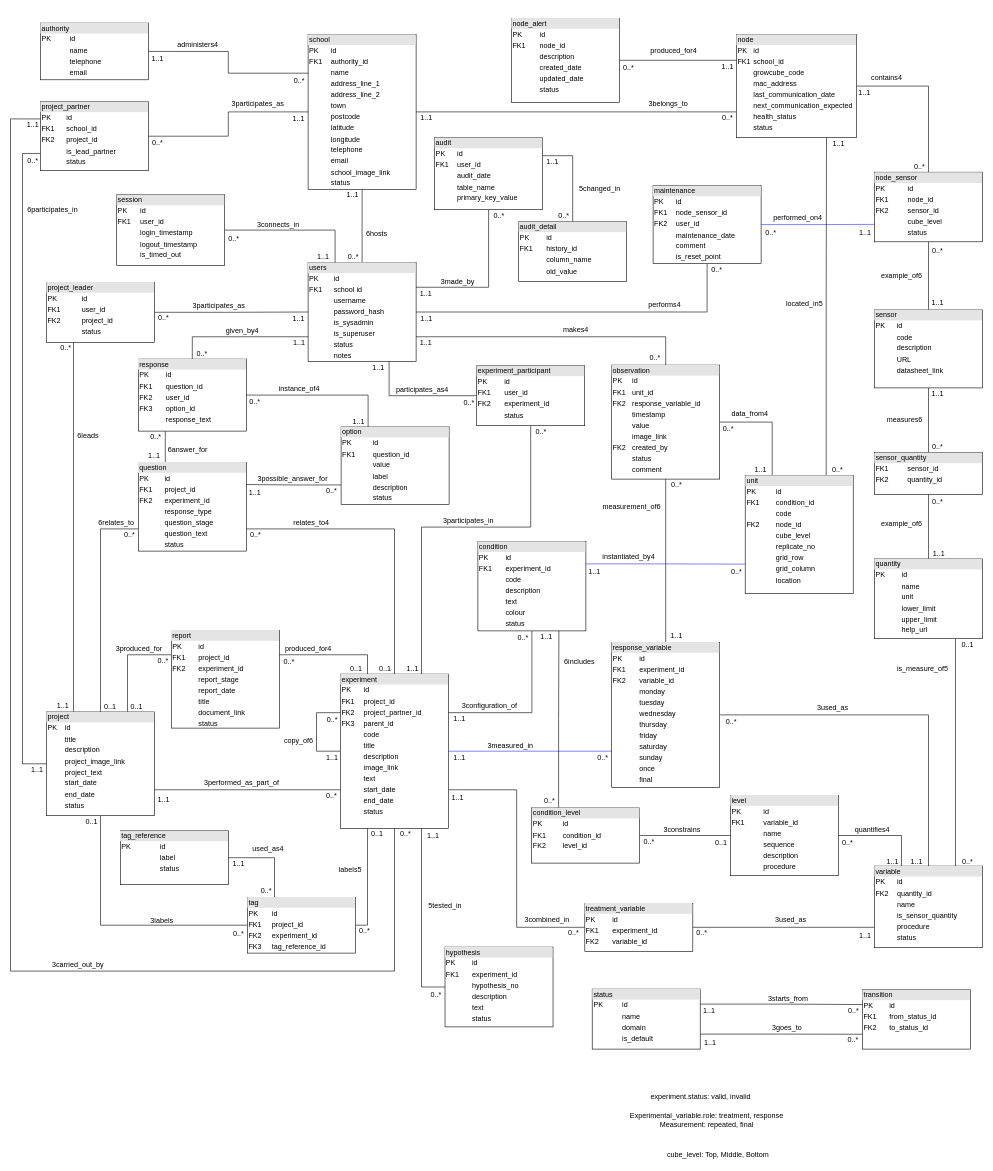
The draw.io diagram Documentation/ER diagram dandelion.drawio in Dandelion-dev-team/dandelion, before the edit. Source tidied: cells renumbered, new cells numbered last; positions are measured from the earlier drawing's top-left corner, leaving out a move shared by most shapes. Both pictures are drawn from the tidied source at 60%, with x=0, y=0 at pixel (10, 18).
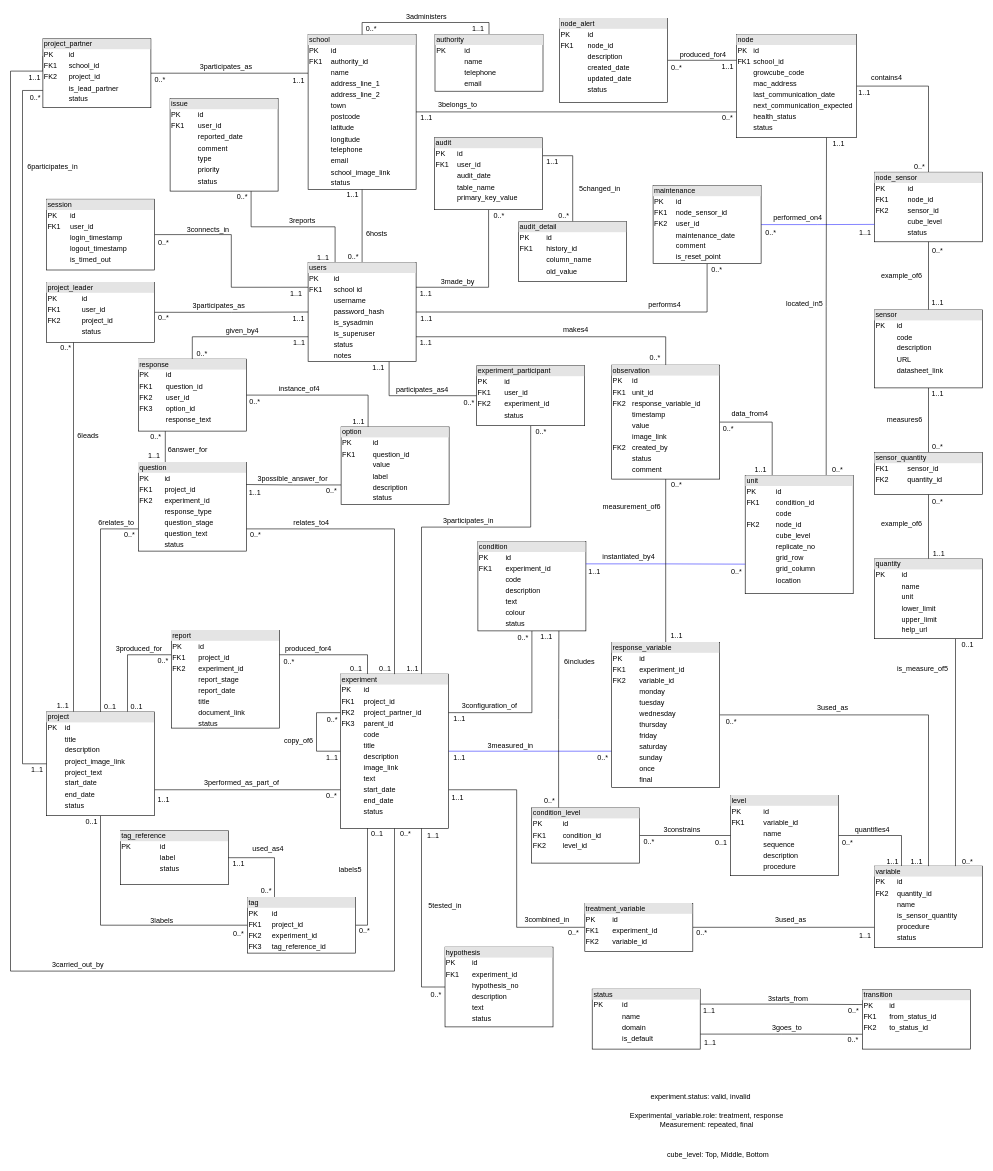
The same page after the edit.

Commit message:
Update ER diagram to add ISSUE

The change refers to these unchanged cells:
```xml
<mxCell id="4" value="&lt;div style=&quot;box-sizing: border-box ; width: 100% ; background: #e4e4e4 ; padding: 2px&quot;&gt;school&lt;/div&gt;&lt;table style=&quot;width: 100% ; font-size: 1em&quot; cellpadding=&quot;2&quot; cellspacing=&quot;0&quot;&gt;&lt;tbody&gt;&lt;tr&gt;&lt;td&gt;PK&lt;/td&gt;&lt;td&gt;id&lt;/td&gt;&lt;/tr&gt;&lt;tr&gt;&lt;td&gt;FK1&lt;/td&gt;&lt;td&gt;authority_id&lt;/td&gt;&lt;/tr&gt;&lt;tr&gt;&lt;td&gt;&lt;br&gt;&lt;/td&gt;&lt;td&gt;name&lt;/td&gt;&lt;/tr&gt;&lt;tr&gt;&lt;td&gt;&lt;/td&gt;&lt;td&gt;address_line_1&lt;/td&gt;&lt;/tr&gt;&lt;tr&gt;&lt;td&gt;&lt;br&gt;&lt;/td&gt;&lt;td&gt;address_line_2&lt;/td&gt;&lt;/tr&gt;&lt;tr&gt;&lt;td&gt;&lt;br&gt;&lt;/td&gt;&lt;td&gt;town&lt;/td&gt;&lt;/tr&gt;&lt;tr&gt;&lt;td&gt;&lt;br&gt;&lt;/td&gt;&lt;td&gt;postcode&lt;/td&gt;&lt;/tr&gt;&lt;tr&gt;&lt;td&gt;&lt;br&gt;&lt;/td&gt;&lt;td&gt;latitude&lt;/td&gt;&lt;/tr&gt;&lt;tr&gt;&lt;td&gt;&lt;br&gt;&lt;/td&gt;&lt;td&gt;longitude&lt;/td&gt;&lt;/tr&gt;&lt;tr&gt;&lt;td&gt;&lt;br&gt;&lt;/td&gt;&lt;td&gt;telephone&lt;/td&gt;&lt;/tr&gt;&lt;tr&gt;&lt;td&gt;&lt;br&gt;&lt;/td&gt;&lt;td&gt;email&lt;/td&gt;&lt;/tr&gt;&lt;tr&gt;&lt;td&gt;&lt;br&gt;&lt;/td&gt;&lt;td&gt;school_image_link&lt;/td&gt;&lt;/tr&gt;&lt;tr&gt;&lt;td&gt;&lt;br&gt;&lt;/td&gt;&lt;td&gt;status&lt;/td&gt;&lt;/tr&gt;&lt;/tbody&gt;&lt;/table&gt;" style="verticalAlign=top;align=left;overflow=fill;html=1;" parent="1" vertex="1">
  <mxGeometry x="496" y="27" width="180" height="258" as="geometry" />
</mxCell>
<mxCell id="6" value="&lt;div style=&quot;box-sizing: border-box ; width: 100% ; background: #e4e4e4 ; padding: 2px&quot;&gt;users&lt;/div&gt;&lt;table style=&quot;width: 100% ; font-size: 1em&quot; cellpadding=&quot;2&quot; cellspacing=&quot;0&quot;&gt;&lt;tbody&gt;&lt;tr&gt;&lt;td&gt;PK&lt;/td&gt;&lt;td&gt;id&lt;/td&gt;&lt;/tr&gt;&lt;tr&gt;&lt;td&gt;FK1&lt;/td&gt;&lt;td&gt;school id&lt;/td&gt;&lt;/tr&gt;&lt;tr&gt;&lt;td&gt;&lt;/td&gt;&lt;td&gt;username&lt;/td&gt;&lt;/tr&gt;&lt;tr&gt;&lt;td&gt;&lt;br&gt;&lt;/td&gt;&lt;td&gt;password_hash&lt;/td&gt;&lt;/tr&gt;&lt;tr&gt;&lt;td&gt;&lt;br&gt;&lt;/td&gt;&lt;td&gt;is_sysadmin&lt;/td&gt;&lt;/tr&gt;&lt;tr&gt;&lt;td&gt;&lt;br&gt;&lt;/td&gt;&lt;td&gt;is_superuser&lt;br&gt;&lt;/td&gt;&lt;/tr&gt;&lt;tr&gt;&lt;td&gt;&lt;br&gt;&lt;/td&gt;&lt;td&gt;status&lt;/td&gt;&lt;/tr&gt;&lt;tr&gt;&lt;td&gt;&lt;br&gt;&lt;/td&gt;&lt;td&gt;notes&lt;/td&gt;&lt;/tr&gt;&lt;/tbody&gt;&lt;/table&gt;" style="verticalAlign=top;align=left;overflow=fill;html=1;" parent="1" vertex="1">
  <mxGeometry x="496" y="407" width="180" height="165" as="geometry" />
</mxCell>
<mxCell id="14" value="&lt;div style=&quot;box-sizing: border-box ; width: 100% ; background: #e4e4e4 ; padding: 2px&quot;&gt;project&lt;/div&gt;&lt;table style=&quot;width: 100% ; font-size: 1em&quot; cellpadding=&quot;2&quot; cellspacing=&quot;0&quot;&gt;&lt;tbody&gt;&lt;tr&gt;&lt;td&gt;PK&lt;/td&gt;&lt;td&gt;id&lt;/td&gt;&lt;/tr&gt;&lt;tr&gt;&lt;td&gt;&lt;br&gt;&lt;/td&gt;&lt;td&gt;title&lt;/td&gt;&lt;/tr&gt;&lt;tr&gt;&lt;td&gt;&lt;/td&gt;&lt;td&gt;description&lt;/td&gt;&lt;/tr&gt;&lt;tr&gt;&lt;td&gt;&lt;br&gt;&lt;/td&gt;&lt;td&gt;project_image_link&lt;br&gt;&lt;/td&gt;&lt;/tr&gt;&lt;tr&gt;&lt;td&gt;&lt;br&gt;&lt;/td&gt;&lt;td&gt;project_text&lt;br&gt;&lt;/td&gt;&lt;/tr&gt;&lt;tr&gt;&lt;td&gt;&lt;br&gt;&lt;/td&gt;&lt;td&gt;start_date&lt;/td&gt;&lt;/tr&gt;&lt;tr&gt;&lt;td&gt;&lt;br&gt;&lt;/td&gt;&lt;td&gt;end_date&lt;/td&gt;&lt;/tr&gt;&lt;tr&gt;&lt;td&gt;&lt;br&gt;&lt;/td&gt;&lt;td&gt;status&lt;/td&gt;&lt;/tr&gt;&lt;/tbody&gt;&lt;/table&gt;" style="verticalAlign=top;align=left;overflow=fill;html=1;" parent="1" vertex="1">
  <mxGeometry x="60" y="1156" width="180" height="173" as="geometry" />
</mxCell>
<mxCell id="21" value="&lt;div style=&quot;box-sizing: border-box ; width: 100% ; background: #e4e4e4 ; padding: 2px&quot;&gt;experiment&lt;/div&gt;&lt;table style=&quot;width: 100% ; font-size: 1em&quot; cellpadding=&quot;2&quot; cellspacing=&quot;0&quot;&gt;&lt;tbody&gt;&lt;tr&gt;&lt;td&gt;PK&lt;/td&gt;&lt;td&gt;id&lt;/td&gt;&lt;/tr&gt;&lt;tr&gt;&lt;td&gt;FK1&lt;/td&gt;&lt;td&gt;project_id&lt;/td&gt;&lt;/tr&gt;&lt;tr&gt;&lt;td&gt;FK2&lt;/td&gt;&lt;td&gt;project_partner_id&lt;/td&gt;&lt;/tr&gt;&lt;tr&gt;&lt;td&gt;FK3&lt;/td&gt;&lt;td&gt;parent_id&lt;/td&gt;&lt;/tr&gt;&lt;tr&gt;&lt;td&gt;&lt;/td&gt;&lt;td&gt;code&lt;/td&gt;&lt;/tr&gt;&lt;tr&gt;&lt;td&gt;&lt;br&gt;&lt;/td&gt;&lt;td&gt;title&lt;/td&gt;&lt;/tr&gt;&lt;tr&gt;&lt;td&gt;&lt;br&gt;&lt;/td&gt;&lt;td&gt;description&lt;/td&gt;&lt;/tr&gt;&lt;tr&gt;&lt;td&gt;&lt;br&gt;&lt;/td&gt;&lt;td&gt;image_link&lt;/td&gt;&lt;/tr&gt;&lt;tr&gt;&lt;td&gt;&lt;br&gt;&lt;/td&gt;&lt;td&gt;text&lt;/td&gt;&lt;/tr&gt;&lt;tr&gt;&lt;td&gt;&lt;br&gt;&lt;/td&gt;&lt;td&gt;start_date&lt;/td&gt;&lt;/tr&gt;&lt;tr&gt;&lt;td&gt;&lt;br&gt;&lt;/td&gt;&lt;td&gt;end_date&lt;/td&gt;&lt;/tr&gt;&lt;tr&gt;&lt;td&gt;&lt;br&gt;&lt;/td&gt;&lt;td&gt;status&lt;/td&gt;&lt;/tr&gt;&lt;/tbody&gt;&lt;/table&gt;" style="verticalAlign=top;align=left;overflow=fill;html=1;" parent="1" vertex="1">
  <mxGeometry x="550" y="1093" width="180" height="257" as="geometry" />
</mxCell>
```

Diff of the diagram source:
```diff
@@
-    <mxCell id="2" style="edgeStyle=orthogonalEdgeStyle;rounded=0;jettySize=auto;html=1;entryX=1;entryY=0.5;entryDx=0;entryDy=0;endArrow=none;endFill=0;exitX=0;exitY=0.5;exitDx=0;exitDy=0;" parent="1" edge="1" source="4" target="28">
+    <mxCell id="2" style="edgeStyle=orthogonalEdgeStyle;rounded=0;jettySize=auto;html=1;entryX=1;entryY=0.5;entryDx=0;entryDy=0;endArrow=none;endFill=0;exitX=0;exitY=0.25;exitDx=0;exitDy=0;" parent="1" edge="1" source="4" target="28">
       <mxGeometry relative="1" as="geometry" />
     </mxCell>
@@
+    <mxCell id="240" style="edgeStyle=orthogonalEdgeStyle;rounded=0;jettySize=auto;html=1;endArrow=none;endFill=0;exitX=0.25;exitY=0;exitDx=0;exitDy=0;entryX=0.75;entryY=1;entryDx=0;entryDy=0;" parent="1" edge="1" source="6" target="241">
+      <mxGeometry relative="1" as="geometry" />
+    </mxCell>
@@
     <mxCell id="17" style="edgeStyle=orthogonalEdgeStyle;rounded=0;jettySize=auto;html=1;endArrow=none;endFill=0;exitX=0.5;exitY=1;exitDx=0;exitDy=0;entryX=0;entryY=0.25;entryDx=0;entryDy=0;" parent="1" edge="1" source="21" target="28">
       <mxGeometry relative="1" as="geometry">
         <Array as="points">
           <mxPoint x="640" y="1588" />
           <mxPoint y="1588" />
-          <mxPoint y="168" />
+          <mxPoint y="88" />
+          <mxPoint x="54" y="88" />
         </Array>
       </mxGeometry>
     </mxCell>
@@
     <mxCell id="27" style="edgeStyle=orthogonalEdgeStyle;rounded=0;jettySize=auto;html=1;endArrow=none;endFill=0;exitX=0;exitY=0.75;exitDx=0;exitDy=0;entryX=0;entryY=0.5;entryDx=0;entryDy=0;startArrow=none;" parent="1" edge="1" source="28" target="14">
       <mxGeometry relative="1" as="geometry">
         <Array as="points">
-          <mxPoint x="20" y="225" />
+          <mxPoint x="20" y="120" />
           <mxPoint x="20" y="1243" />
         </Array>
       </mxGeometry>
     </mxCell>
     <mxCell id="28" value="&lt;div style=&quot;box-sizing: border-box ; width: 100% ; background: #e4e4e4 ; padding: 2px&quot;&gt;project_partner&lt;/div&gt;&lt;table style=&quot;width: 100% ; font-size: 1em&quot; cellpadding=&quot;2&quot; cellspacing=&quot;0&quot;&gt;&lt;tbody&gt;&lt;tr&gt;&lt;td&gt;PK&lt;/td&gt;&lt;td&gt;id&lt;/td&gt;&lt;/tr&gt;&lt;tr&gt;&lt;td&gt;FK1&lt;/td&gt;&lt;td&gt;school_id&lt;/td&gt;&lt;/tr&gt;&lt;tr&gt;&lt;td&gt;FK2&lt;/td&gt;&lt;td&gt;project_id&lt;/td&gt;&lt;/tr&gt;&lt;tr&gt;&lt;td&gt;&lt;br&gt;&lt;/td&gt;&lt;td&gt;is_lead_partner&lt;/td&gt;&lt;/tr&gt;&lt;tr&gt;&lt;td&gt;&lt;br&gt;&lt;/td&gt;&lt;td&gt;status&lt;br&gt;&lt;/td&gt;&lt;/tr&gt;&lt;/tbody&gt;&lt;/table&gt;" style="verticalAlign=top;align=left;overflow=fill;html=1;" parent="1" vertex="1">
-      <mxGeometry x="50" y="139" width="180" height="115" as="geometry" />
+      <mxGeometry x="54" y="34" width="180" height="115" as="geometry" />
     </mxCell>
@@
     <mxCell id="47" value="&lt;div style=&quot;box-sizing: border-box ; width: 100% ; background: #e4e4e4 ; padding: 2px&quot;&gt;node_alert&lt;/div&gt;&lt;table style=&quot;width: 100% ; font-size: 1em&quot; cellpadding=&quot;2&quot; cellspacing=&quot;0&quot;&gt;&lt;tbody&gt;&lt;tr&gt;&lt;td&gt;PK&lt;/td&gt;&lt;td&gt;id&lt;/td&gt;&lt;/tr&gt;&lt;tr&gt;&lt;td&gt;FK1&lt;/td&gt;&lt;td&gt;node_id&lt;/td&gt;&lt;/tr&gt;&lt;tr&gt;&lt;td&gt;&lt;/td&gt;&lt;td&gt;description&lt;/td&gt;&lt;/tr&gt;&lt;tr&gt;&lt;td&gt;&lt;br&gt;&lt;/td&gt;&lt;td&gt;created_date&lt;/td&gt;&lt;/tr&gt;&lt;tr&gt;&lt;td&gt;&lt;br&gt;&lt;/td&gt;&lt;td&gt;updated_date&lt;/td&gt;&lt;/tr&gt;&lt;tr&gt;&lt;td&gt;&lt;br&gt;&lt;/td&gt;&lt;td&gt;status&lt;/td&gt;&lt;/tr&gt;&lt;tr&gt;&lt;td&gt;&lt;br&gt;&lt;/td&gt;&lt;td&gt;&lt;br&gt;&lt;/td&gt;&lt;/tr&gt;&lt;/tbody&gt;&lt;/table&gt;" style="verticalAlign=top;align=left;overflow=fill;html=1;" parent="1" vertex="1">
-      <mxGeometry x="835" width="180" height="140" as="geometry" />
+      <mxGeometry x="915" width="180" height="140" as="geometry" />
     </mxCell>
@@
     <mxCell id="56" value="0..*" style="text;html=1;align=center;verticalAlign=middle;strokeColor=none;fillColor=none;" parent="1" vertex="1">
-      <mxGeometry x="230" y="197" width="30" height="20" as="geometry" />
+      <mxGeometry x="234" y="92" width="30" height="20" as="geometry" />
     </mxCell>
     <mxCell id="57" value="0..*" style="text;html=1;align=center;verticalAlign=middle;strokeColor=none;fillColor=none;" parent="1" vertex="1">
-      <mxGeometry x="1015" y="73" width="30" height="20" as="geometry" />
+      <mxGeometry x="1095" y="73" width="30" height="20" as="geometry" />
     </mxCell>
@@
     <mxCell id="79" value="1..1" style="text;html=1;align=center;verticalAlign=middle;strokeColor=none;fillColor=none;" parent="1" vertex="1">
-      <mxGeometry x="460" y="157" width="40" height="20" as="geometry" />
+      <mxGeometry x="460" y="93.5" width="40" height="20" as="geometry" />
     </mxCell>
@@
     <mxCell id="83" value="&lt;font face=&quot;webdings&quot;&gt;3&lt;/font&gt;participates_as" style="text;html=1;align=center;verticalAlign=middle;strokeColor=none;fillColor=none;" parent="1" vertex="1">
-      <mxGeometry x="357" y="132" width="110" height="20" as="geometry" />
+      <mxGeometry x="304" y="71" width="110" height="20" as="geometry" />
     </mxCell>
     <mxCell id="84" value="&lt;font face=&quot;webdings&quot;&gt;3&lt;/font&gt;belongs_to" style="text;html=1;align=center;verticalAlign=middle;strokeColor=none;fillColor=none;" parent="1" vertex="1">
-      <mxGeometry x="1051" y="132" width="90" height="20" as="geometry" />
+      <mxGeometry x="700" y="133.5" width="90" height="20" as="geometry" />
     </mxCell>
@@
     <mxCell id="91" value="produced_for&lt;span style=&quot;font-family: &amp;#34;webdings&amp;#34;&quot;&gt;4&lt;/span&gt;" style="text;html=1;align=center;verticalAlign=middle;strokeColor=none;fillColor=none;" parent="1" vertex="1">
-      <mxGeometry x="1055" y="45.2" width="100" height="20" as="geometry" />
+      <mxGeometry x="1104" y="51" width="100" height="20" as="geometry" />
     </mxCell>
@@
     <mxCell id="101" value="&lt;font face=&quot;webdings&quot;&gt;6&lt;/font&gt;participates_in" style="text;html=1;align=center;verticalAlign=middle;strokeColor=none;fillColor=none;fontFamily=Helvetica;" parent="1" vertex="1">
-      <mxGeometry x="20" y="310" width="100" height="20" as="geometry" />
+      <mxGeometry x="20" y="236.5" width="100" height="20" as="geometry" />
     </mxCell>
@@
-    <mxCell id="113" style="edgeStyle=orthogonalEdgeStyle;rounded=0;jettySize=auto;html=1;entryX=0;entryY=0.25;entryDx=0;entryDy=0;exitX=1;exitY=0.5;exitDx=0;exitDy=0;endArrow=none;endFill=0;" parent="1" edge="1" source="114" target="4">
+    <mxCell id="113" style="edgeStyle=orthogonalEdgeStyle;rounded=0;jettySize=auto;html=1;entryX=0.5;entryY=0;entryDx=0;entryDy=0;exitX=0.5;exitY=0;exitDx=0;exitDy=0;endArrow=none;endFill=0;" parent="1" edge="1" source="114" target="4">
       <mxGeometry relative="1" as="geometry" />
     </mxCell>
     <mxCell id="114" value="&lt;div style=&quot;box-sizing: border-box ; width: 100% ; background: #e4e4e4 ; padding: 2px&quot;&gt;authority&lt;/div&gt;&lt;table style=&quot;width: 100% ; font-size: 1em&quot; cellpadding=&quot;2&quot; cellspacing=&quot;0&quot;&gt;&lt;tbody&gt;&lt;tr&gt;&lt;td&gt;PK&lt;/td&gt;&lt;td&gt;id&lt;/td&gt;&lt;/tr&gt;&lt;tr&gt;&lt;td&gt;&lt;br&gt;&lt;/td&gt;&lt;td&gt;name&lt;/td&gt;&lt;/tr&gt;&lt;tr&gt;&lt;td&gt;&lt;/td&gt;&lt;td&gt;telephone&lt;/td&gt;&lt;/tr&gt;&lt;tr&gt;&lt;td&gt;&lt;br&gt;&lt;/td&gt;&lt;td&gt;email&lt;/td&gt;&lt;/tr&gt;&lt;/tbody&gt;&lt;/table&gt;" style="verticalAlign=top;align=left;overflow=fill;html=1;" parent="1" vertex="1">
-      <mxGeometry x="50" y="8" width="180" height="94.5" as="geometry" />
+      <mxGeometry x="707.5" y="27" width="180" height="94.5" as="geometry" />
     </mxCell>
     <mxCell id="115" value="0..*" style="text;html=1;align=center;verticalAlign=middle;strokeColor=none;fillColor=none;" parent="1" vertex="1">
-      <mxGeometry x="466" y="94" width="30" height="20" as="geometry" />
+      <mxGeometry x="586" y="7" width="30" height="20" as="geometry" />
     </mxCell>
     <mxCell id="116" value="1..1" style="text;html=1;align=center;verticalAlign=middle;strokeColor=none;fillColor=none;" parent="1" vertex="1">
-      <mxGeometry x="225" y="58" width="40" height="20" as="geometry" />
+      <mxGeometry x="759.2" y="7" width="40" height="20" as="geometry" />
     </mxCell>
-    <mxCell id="117" value="administers&lt;font face=&quot;webdings&quot;&gt;4&lt;/font&gt;" style="text;html=1;align=center;verticalAlign=middle;strokeColor=none;fillColor=none;" parent="1" vertex="1">
-      <mxGeometry x="267" y="34" width="90" height="20" as="geometry" />
+    <mxCell id="117" value="&lt;span style=&quot;font-family: &amp;#34;webdings&amp;#34;&quot;&gt;3&lt;/span&gt;administers" style="text;html=1;align=center;verticalAlign=middle;strokeColor=none;fillColor=none;" parent="1" vertex="1">
+      <mxGeometry x="648" y="-13" width="90" height="20" as="geometry" />
     </mxCell>
@@
     <mxCell id="134" value="1..1" style="text;html=1;align=center;verticalAlign=middle;strokeColor=none;fillColor=none;" parent="1" vertex="1">
-      <mxGeometry x="17" y="168" width="40" height="20" as="geometry" />
+      <mxGeometry x="20" y="89" width="40" height="20" as="geometry" />
     </mxCell>
@@
-    <mxCell id="136" style="edgeStyle=orthogonalEdgeStyle;rounded=0;jettySize=auto;html=1;entryX=0.25;entryY=0;entryDx=0;entryDy=0;endArrow=none;endFill=0;" parent="1" edge="1" source="137" target="6">
+    <mxCell id="136" style="edgeStyle=orthogonalEdgeStyle;rounded=0;jettySize=auto;html=1;entryX=0;entryY=0.25;entryDx=0;entryDy=0;endArrow=none;endFill=0;" parent="1" edge="1" source="137" target="6">
       <mxGeometry relative="1" as="geometry" />
     </mxCell>
     <mxCell id="137" value="&lt;div style=&quot;box-sizing: border-box ; width: 100% ; background: #e4e4e4 ; padding: 2px&quot;&gt;session&lt;/div&gt;&lt;table style=&quot;width: 100% ; font-size: 1em&quot; cellpadding=&quot;2&quot; cellspacing=&quot;0&quot;&gt;&lt;tbody&gt;&lt;tr&gt;&lt;td&gt;PK&lt;/td&gt;&lt;td&gt;id&lt;/td&gt;&lt;/tr&gt;&lt;tr&gt;&lt;td&gt;FK1&lt;/td&gt;&lt;td&gt;user_id&lt;/td&gt;&lt;/tr&gt;&lt;tr&gt;&lt;td&gt;&lt;/td&gt;&lt;td&gt;login_timestamp&lt;/td&gt;&lt;/tr&gt;&lt;tr&gt;&lt;td&gt;&lt;br&gt;&lt;/td&gt;&lt;td&gt;logout_timestamp&lt;/td&gt;&lt;/tr&gt;&lt;tr&gt;&lt;td&gt;&lt;br&gt;&lt;/td&gt;&lt;td&gt;is_timed_out&lt;/td&gt;&lt;/tr&gt;&lt;/tbody&gt;&lt;/table&gt;" style="verticalAlign=top;align=left;overflow=fill;html=1;" parent="1" vertex="1">
-      <mxGeometry x="177" y="294" width="180" height="118" as="geometry" />
+      <mxGeometry x="60" y="301.5" width="180" height="118" as="geometry" />
     </mxCell>
     <mxCell id="138" value="0..*" style="text;html=1;align=center;verticalAlign=middle;strokeColor=none;fillColor=none;" parent="1" vertex="1">
-      <mxGeometry x="357" y="357" width="30" height="20" as="geometry" />
+      <mxGeometry x="240" y="364.5" width="30" height="20" as="geometry" />
     </mxCell>
     <mxCell id="139" value="1..1" style="text;html=1;align=center;verticalAlign=middle;strokeColor=none;fillColor=none;" parent="1" vertex="1">
-      <mxGeometry x="501" y="388" width="40" height="20" as="geometry" />
+      <mxGeometry x="456" y="450" width="40" height="20" as="geometry" />
     </mxCell>
     <mxCell id="140" value="&lt;font face=&quot;webdings&quot;&gt;3&lt;/font&gt;connects_in" style="text;html=1;align=center;verticalAlign=middle;strokeColor=none;fillColor=none;" parent="1" vertex="1">
-      <mxGeometry x="401" y="334" width="90" height="20" as="geometry" />
+      <mxGeometry x="284" y="341.5" width="90" height="20" as="geometry" />
     </mxCell>
@@
     <mxCell id="153" value="0..*" style="text;html=1;align=center;verticalAlign=middle;strokeColor=none;fillColor=none;" parent="1" vertex="1">
-      <mxGeometry x="22" y="228" width="30" height="20" as="geometry" />
+      <mxGeometry x="26" y="121.5" width="30" height="20" as="geometry" />
     </mxCell>
@@
+    <mxCell id="241" value="&lt;div style=&quot;box-sizing: border-box ; width: 100% ; background: #e4e4e4 ; padding: 2px&quot;&gt;issue&lt;/div&gt;&lt;table style=&quot;width: 100% ; font-size: 1em&quot; cellpadding=&quot;2&quot; cellspacing=&quot;0&quot;&gt;&lt;tbody&gt;&lt;tr&gt;&lt;td&gt;PK&lt;/td&gt;&lt;td&gt;id&lt;/td&gt;&lt;/tr&gt;&lt;tr&gt;&lt;td&gt;FK1&lt;/td&gt;&lt;td&gt;user_id&lt;/td&gt;&lt;/tr&gt;&lt;tr&gt;&lt;td&gt;&lt;/td&gt;&lt;td&gt;reported_date&lt;/td&gt;&lt;/tr&gt;&lt;tr&gt;&lt;td&gt;&lt;br&gt;&lt;/td&gt;&lt;td&gt;comment&lt;/td&gt;&lt;/tr&gt;&lt;tr&gt;&lt;td&gt;&lt;br&gt;&lt;/td&gt;&lt;td&gt;type&lt;/td&gt;&lt;/tr&gt;&lt;tr&gt;&lt;td&gt;&lt;br&gt;&lt;/td&gt;&lt;td&gt;priority&lt;/td&gt;&lt;/tr&gt;&lt;tr&gt;&lt;td&gt;&lt;br&gt;&lt;/td&gt;&lt;td&gt;status&lt;/td&gt;&lt;/tr&gt;&lt;/tbody&gt;&lt;/table&gt;" style="verticalAlign=top;align=left;overflow=fill;html=1;" parent="1" vertex="1">
+      <mxGeometry x="266" y="133.5" width="180" height="154.5" as="geometry" />
+    </mxCell>
+    <mxCell id="242" value="&lt;font face=&quot;webdings&quot;&gt;3&lt;/font&gt;reports" style="text;html=1;align=center;verticalAlign=middle;strokeColor=none;fillColor=none;" parent="1" vertex="1">
+      <mxGeometry x="451" y="326.5" width="70" height="20" as="geometry" />
+    </mxCell>
+    <mxCell id="243" value="1..1" style="text;html=1;align=center;verticalAlign=middle;strokeColor=none;fillColor=none;" parent="1" vertex="1">
+      <mxGeometry x="501" y="388.8" width="40" height="20" as="geometry" />
+    </mxCell>
+    <mxCell id="244" value="0..*" style="text;html=1;align=center;verticalAlign=middle;strokeColor=none;fillColor=none;" parent="1" vertex="1">
+      <mxGeometry x="371" y="288" width="30" height="20" as="geometry" />
+    </mxCell>
```
